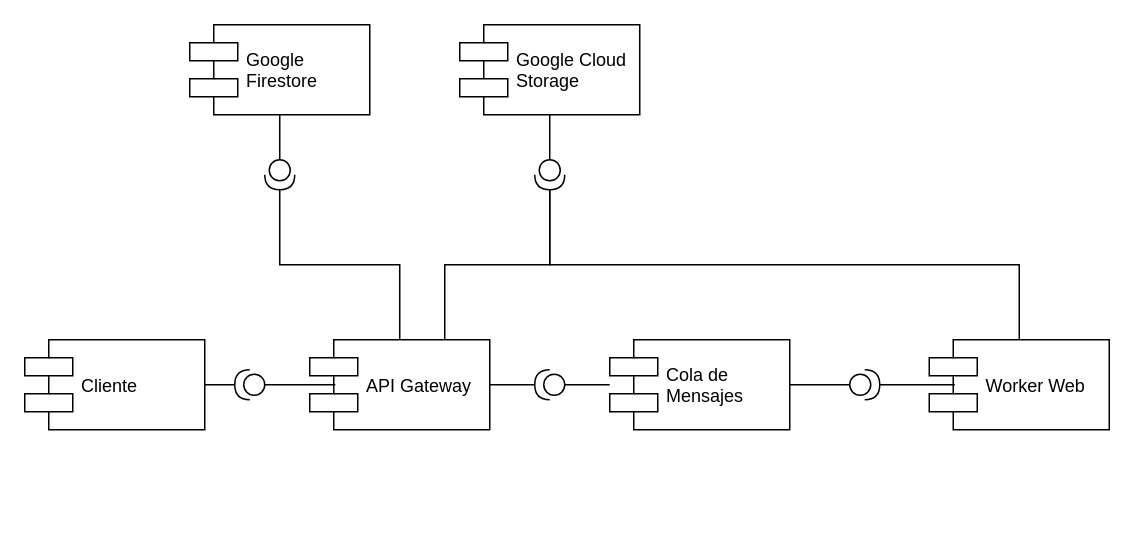
This is arquitectura/componentes.drawio from matrujillo10/miso-4208-proyecto, a draw.io file, before an edit. Source tidied: cells renumbered, new cells numbered last; positions are measured from the earlier drawing's top-left corner, leaving out a move shared by most shapes. Both pictures are drawn from the tidied source at 150%, with x=0, y=0 at pixel (24, 24).
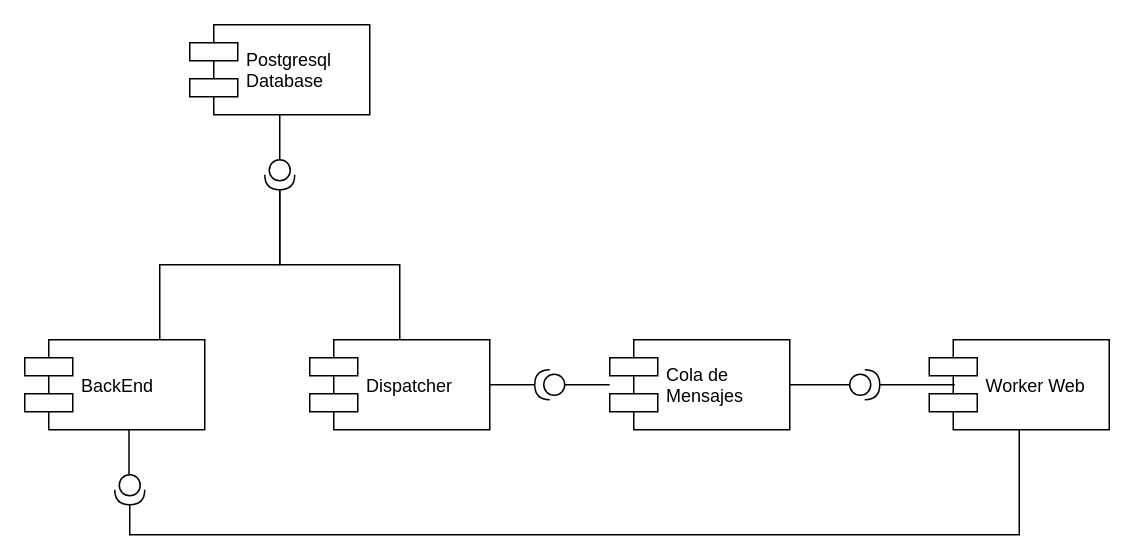
Above is the later version.

The change refers to these unchanged cells:
```xml
<mxCell id="4" value="Worker Web" style="shape=component;align=left;spacingLeft=36;" parent="1" vertex="1">
  <mxGeometry x="603" y="210" width="120" height="60" as="geometry" />
</mxCell>
<mxCell id="21" style="shape=providedRequiredInterface;html=1;verticalLabelPosition=bottom;rotation=90;" parent="1" vertex="1">
  <mxGeometry x="160" y="90" width="20" height="20" as="geometry" />
</mxCell>
```

Diff of the diagram source:
```diff
@@
-    <mxCell id="3" style="edgeStyle=orthogonalEdgeStyle;rounded=0;jettySize=auto;html=1;exitX=0.5;exitY=0;exitDx=0;exitDy=0;entryX=1;entryY=0.5;entryDx=0;entryDy=0;entryPerimeter=0;endArrow=none;endFill=0;" parent="1" edge="1" source="4" target="23">
-      <mxGeometry relative="1" as="geometry" />
-    </mxCell>
@@
-    <mxCell id="8" value="Google Cloud&#10;Storage" style="shape=component;align=left;spacingLeft=36;" parent="1" vertex="1">
-      <mxGeometry x="290" width="120" height="60" as="geometry" />
-    </mxCell>
@@
-    <mxCell id="10" style="edgeStyle=orthogonalEdgeStyle;rounded=0;jettySize=auto;html=1;exitX=0.75;exitY=0;exitDx=0;exitDy=0;entryX=1;entryY=0.5;entryDx=0;entryDy=0;entryPerimeter=0;endArrow=none;endFill=0;" parent="1" edge="1" source="11" target="23">
-      <mxGeometry relative="1" as="geometry" />
-    </mxCell>
-    <mxCell id="11" value="API Gateway" style="shape=component;align=left;spacingLeft=36;" parent="1" vertex="1">
+    <mxCell id="11" value="Dispatcher" style="shape=component;align=left;spacingLeft=36;" parent="1" vertex="1">
       <mxGeometry x="190" y="210" width="120" height="60" as="geometry" />
     </mxCell>
@@
-    <mxCell id="15" style="edgeStyle=orthogonalEdgeStyle;rounded=0;jettySize=auto;html=1;entryX=0.142;entryY=0.5;entryDx=0;entryDy=0;entryPerimeter=0;endArrow=none;endFill=0;" parent="1" edge="1" source="16" target="11">
-      <mxGeometry relative="1" as="geometry" />
-    </mxCell>
-    <mxCell id="16" style="shape=providedRequiredInterface;html=1;verticalLabelPosition=bottom;rotation=180;" parent="1" vertex="1">
-      <mxGeometry x="140" y="230" width="20" height="20" as="geometry" />
-    </mxCell>
-    <mxCell id="17" style="edgeStyle=orthogonalEdgeStyle;rounded=0;jettySize=auto;html=1;entryX=1;entryY=0.5;entryDx=0;entryDy=0;entryPerimeter=0;endArrow=none;endFill=0;" parent="1" edge="1" source="18" target="16">
-      <mxGeometry relative="1" as="geometry" />
-    </mxCell>
-    <mxCell id="18" value="Cliente" style="shape=component;align=left;spacingLeft=36;" parent="1" vertex="1">
+    <mxCell id="18" value="BackEnd" style="shape=component;align=left;spacingLeft=36;" parent="1" vertex="1">
       <mxGeometry y="210" width="120" height="60" as="geometry" />
     </mxCell>
-    <mxCell id="19" value="Google&#10;Firestore" style="shape=component;align=left;spacingLeft=36;" parent="1" vertex="1">
+    <mxCell id="19" value="Postgresql&#10;Database" style="shape=component;align=left;spacingLeft=36;" parent="1" vertex="1">
       <mxGeometry x="110" width="120" height="60" as="geometry" />
     </mxCell>
@@
+    <mxCell id="24" style="edgeStyle=orthogonalEdgeStyle;rounded=0;jettySize=auto;html=1;exitX=1;exitY=0.5;exitDx=0;exitDy=0;exitPerimeter=0;entryX=0.75;entryY=0;entryDx=0;entryDy=0;endArrow=none;endFill=0;" parent="1" edge="1" source="21" target="18">
+      <mxGeometry relative="1" as="geometry" />
+    </mxCell>
@@
-    <mxCell id="22" style="edgeStyle=orthogonalEdgeStyle;rounded=0;jettySize=auto;html=1;endArrow=none;endFill=0;" parent="1" edge="1" source="23" target="8">
-      <mxGeometry relative="1" as="geometry" />
-    </mxCell>
+    <mxCell id="25" style="edgeStyle=orthogonalEdgeStyle;rounded=0;jettySize=auto;html=1;exitX=1;exitY=0.5;exitDx=0;exitDy=0;exitPerimeter=0;entryX=0.5;entryY=1;entryDx=0;entryDy=0;endArrow=none;endFill=0;" parent="1" edge="1" source="23" target="4">
+      <mxGeometry relative="1" as="geometry" />
+    </mxCell>
     <mxCell id="23" style="shape=providedRequiredInterface;html=1;verticalLabelPosition=bottom;rotation=90;" parent="1" vertex="1">
-      <mxGeometry x="340" y="90" width="20" height="20" as="geometry" />
+      <mxGeometry x="60" y="300" width="20" height="20" as="geometry" />
     </mxCell>
+    <mxCell id="26" style="edgeStyle=orthogonalEdgeStyle;rounded=0;orthogonalLoop=1;jettySize=auto;html=1;endArrow=none;endFill=0;" parent="1" edge="1">
+      <mxGeometry relative="1" as="geometry">
+        <mxPoint x="69.5" y="300" as="sourcePoint" />
+        <mxPoint x="69.5" y="270" as="targetPoint" />
+      </mxGeometry>
+    </mxCell>
```
